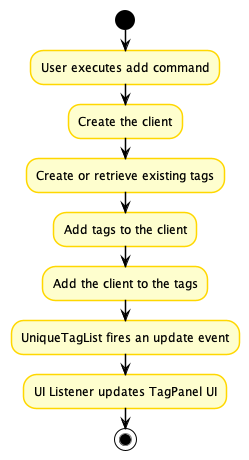
This is docs/images/AddUserTagActivityDiagram.png from nus-cs2103-AY2122S1/tp, a PlantUML export, as it was before one commit.
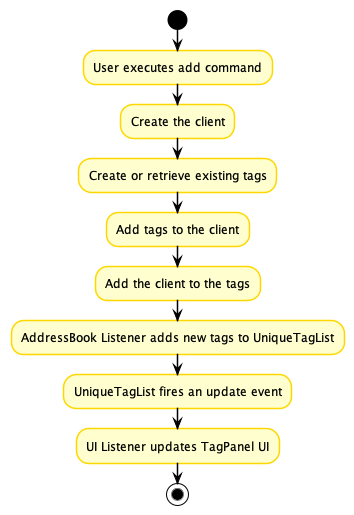
The same diagram one commit later.

Change to the diagram source:
```diff
@@ -16,6 +16,7 @@
 :Create or retrieve existing tags;
 :Add tags to the client;
 :Add the client to the tags;
+:AddressBook Listener adds new tags to UniqueTagList;
 :UniqueTagList fires an update event;
 :UI Listener updates TagPanel UI;
 stop
```
